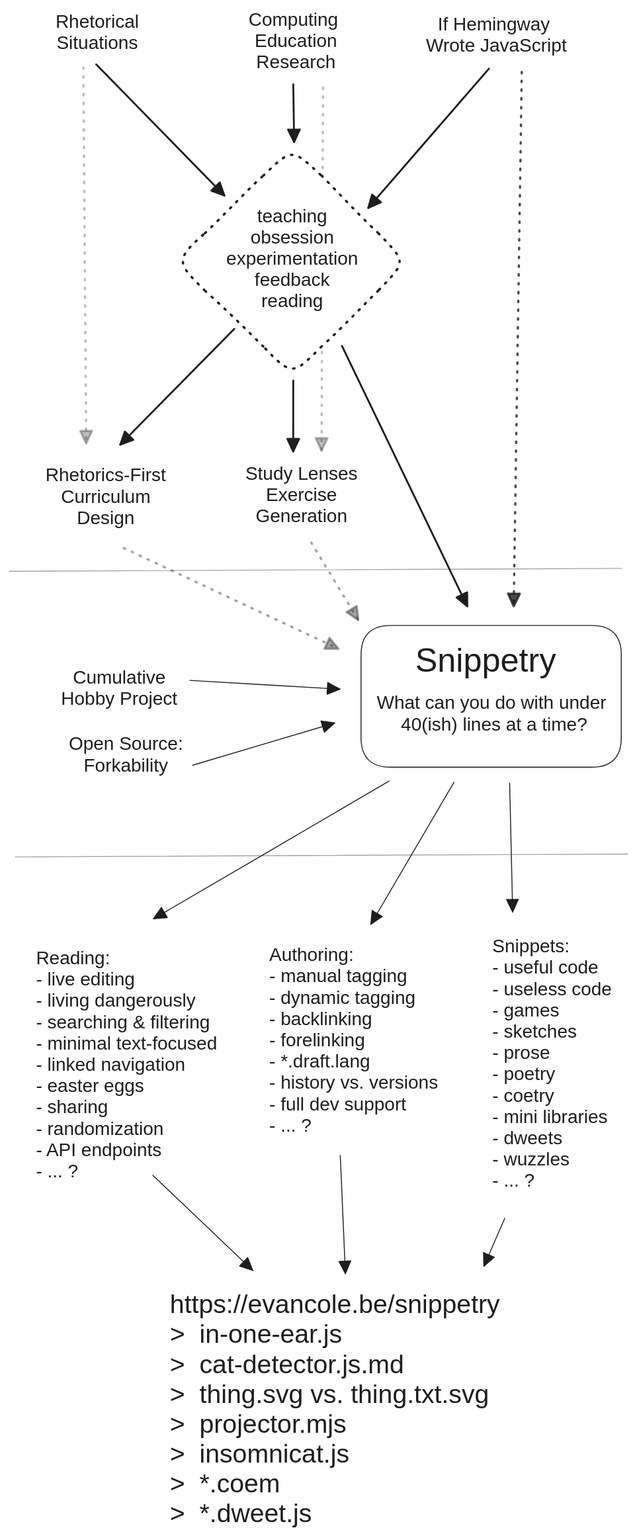
Above: public/assets/art-x-tech.excalidraw.svg in colevandersWands/snippetry (Excalidraw), before the change. Source tidied: one line per element, renumbered; positions are measured from the earlier drawing's top-left corner, leaving out a move shared by most shapes.
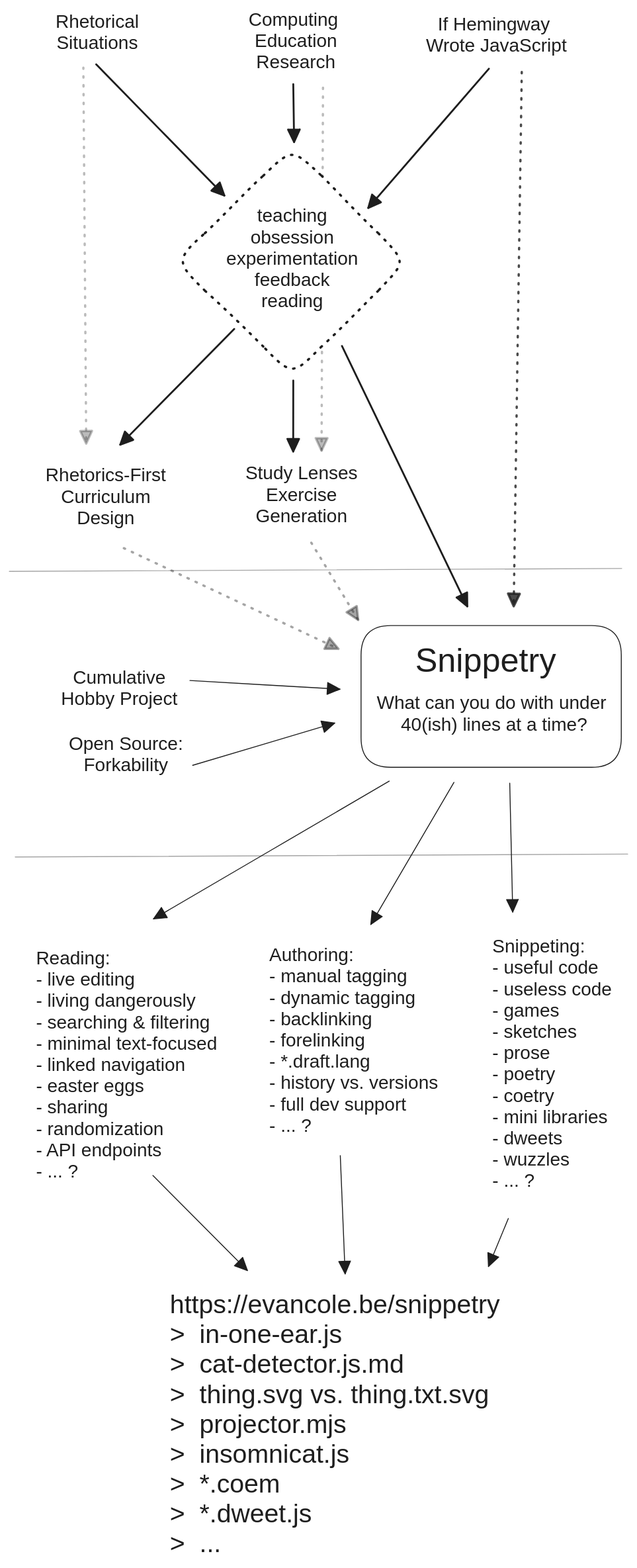
After the change.

The edit, as a diff of the source:
```diff
@@ -22,16 +22,16 @@
 {"id": 21, "type": "arrow", "strokeColor": "#1e1e1e", "backgroundColor": "#ffffff", "fillStyle": "solid", "strokeWidth": 1, "roughness": 0, "endArrowhead": "triangle", "round": true, "from": 20, "to": 0, "x": 195, "y": 724, "width": 162, "height": 9, "points": [[0, 0], [162, 9]]}
 {"id": 22, "type": "arrow", "strokeColor": "#1e1e1e", "backgroundColor": "#ffffff", "fillStyle": "solid", "strokeWidth": 1, "roughness": 0, "endArrowhead": "triangle", "round": true, "from": 19, "to": 0, "x": 198, "y": 816, "width": 153, "height": 46, "points": [[0, 0], [153, -46]]}
 {"id": 23, "type": "arrow", "strokeColor": "#1e1e1e", "backgroundColor": "#ffffff", "fillStyle": "solid", "strokeWidth": 1, "roughness": 0, "endArrowhead": "triangle", "round": true, "from": 0, "to": 24, "x": 540, "y": 835, "width": 3, "height": 139, "points": [[0, 0], [3, 139]]}
-{"id": 24, "type": "text", "text": "Snippets:\n- useful code\n- useless code\n- games\n- sketches\n- prose\n- poetry\n- coetry\n- mini libraries\n- dweets\n- wuzzles\n- ... ?", "strokeColor": "#1e1e1e", "backgroundColor": "#ffffff", "fillStyle": "solid", "strokeWidth": 1, "roughness": 0, "fontSize": 20, "fontFamily": 2, "x": 522, "y": 1000, "width": 129, "height": 276}
+{"id": 24, "type": "text", "text": "Snippeting:\n- useful code\n- useless code\n- games\n- sketches\n- prose\n- poetry\n- coetry\n- mini libraries\n- dweets\n- wuzzles\n- ... ?", "strokeColor": "#1e1e1e", "backgroundColor": "#ffffff", "fillStyle": "solid", "strokeWidth": 1, "roughness": 0, "fontSize": 20, "fontFamily": 2, "x": 522, "y": 1000, "width": 129, "height": 276}
-{"id": 25, "type": "arrow", "strokeColor": "#1e1e1e", "backgroundColor": "#ffffff", "fillStyle": "solid", "strokeWidth": 1, "roughness": 0, "endArrowhead": "triangle", "round": true, "to": 28, "x": 155, "y": 1259, "width": 108, "height": 103, "points": [[0, 0], [108, 103]]}
+{"id": 25, "type": "arrow", "strokeColor": "#1e1e1e", "backgroundColor": "#ffffff", "fillStyle": "solid", "strokeWidth": 1, "roughness": 0, "endArrowhead": "triangle", "round": true, "to": 28, "x": 155, "y": 1259, "width": 102, "height": 103, "points": [[0, 0], [102, 103]]}
 {"id": 26, "type": "text", "text": "Reading:\n- live editing\n- living dangerously\n- searching & filtering\n- minimal text-focused\n- linked navigation\n- easter eggs\n- sharing\n- randomization\n- API endpoints\n- ... ?\n", "strokeColor": "#1e1e1e", "backgroundColor": "#ffffff", "fillStyle": "solid", "strokeWidth": 1, "roughness": 0, "fontSize": 20, "fontFamily": 2, "x": 29, "y": 1013, "width": 196, "height": 276}
 {"id": 27, "type": "arrow", "strokeColor": "#1e1e1e", "angle": 6.18, "strokeWidth": 2, "strokeStyle": "dotted", "roughness": 0, "opacity": 40, "endArrowhead": "triangle", "round": true, "from": 11, "to": 0, "x": 331, "y": 573, "width": 41, "height": 88, "points": [[0, 0], [41, 88]]}
-{"id": 28, "type": "text", "text": "https://evancole.be/snippetry\n>  in-one-ear.js\n>  cat-detector.js.md\n>  thing.svg vs. thing.txt.svg\n>  projector.mjs\n>  insomnicat.js\n>  *.coem\n>  *.dweet.js", "strokeColor": "#1e1e1e", "backgroundColor": "#ffffff", "fillStyle": "solid", "strokeWidth": 1, "roughness": 0, "fontSize": 28, "fontFamily": 2, "x": 173, "y": 1382, "width": 356, "height": 258}
+{"id": 28, "type": "text", "text": "https://evancole.be/snippetry\n>  in-one-ear.js\n>  cat-detector.js.md\n>  thing.svg vs. thing.txt.svg\n>  projector.mjs\n>  insomnicat.js\n>  *.coem\n>  *.dweet.js\n>  ...", "strokeColor": "#1e1e1e", "backgroundColor": "#ffffff", "fillStyle": "solid", "strokeWidth": 1, "roughness": 0, "fontSize": 28, "fontFamily": 2, "x": 173, "y": 1382, "width": 356, "height": 290}
 {"id": 29, "type": "arrow", "strokeColor": "#1e1e1e", "backgroundColor": "#ffffff", "fillStyle": "solid", "strokeWidth": 1, "roughness": 0, "endArrowhead": "triangle", "round": true, "from": 0, "to": 26, "x": 410, "y": 833, "width": 255, "height": 149, "points": [[0, 0], [-255, 149]]}
-{"id": 30, "type": "arrow", "strokeColor": "#1e1e1e", "backgroundColor": "#ffffff", "fillStyle": "solid", "strokeWidth": 1, "roughness": 0, "endArrowhead": "triangle", "round": true, "from": 24, "to": 28, "x": 535, "y": 1305, "width": 23, "height": 52, "points": [[0, 0], [-23, 52]]}
+{"id": 30, "type": "arrow", "strokeColor": "#1e1e1e", "backgroundColor": "#ffffff", "fillStyle": "solid", "strokeWidth": 1, "roughness": 0, "endArrowhead": "triangle", "round": true, "from": 24, "to": 28, "x": 539, "y": 1305, "width": 21, "height": 52, "points": [[0, 0], [-21, 52]]}
 {"id": 31, "type": "line", "strokeColor": "#1e1e1e", "backgroundColor": "#ffffff", "fillStyle": "solid", "strokeWidth": 1, "roughness": 0, "opacity": 40, "x": 661, "y": 603, "width": 661, "height": 3, "points": [[0, 0], [-661, 3]]}
 {"id": 32, "type": "line", "strokeColor": "#1e1e1e", "backgroundColor": "#ffffff", "fillStyle": "solid", "strokeWidth": 1, "roughness": 0, "opacity": 40, "x": 668, "y": 912, "width": 661, "height": 3, "points": [[0, 0], [-661, 3]]}
 {"id": 33, "type": "arrow", "strokeColor": "#1e1e1e", "angle": 6.18, "strokeWidth": 2, "strokeStyle": "dotted", "roughness": 0, "opacity": 40, "endArrowhead": "triangle", "round": true, "to": 0, "x": 130, "y": 570, "width": 219, "height": 133, "points": [[0, 0], [219, 133]]}
 {"id": 34, "type": "text", "text": "Authoring:\n- manual tagging\n- dynamic tagging\n- backlinking\n- forelinking\n- *.draft.lang\n- history vs. versions\n- full dev support\n- ... ?\n", "strokeColor": "#1e1e1e", "backgroundColor": "#ffffff", "fillStyle": "solid", "strokeWidth": 1, "roughness": 0, "fontSize": 20, "fontFamily": 2, "x": 281, "y": 1009, "width": 182, "height": 230}
 {"id": 35, "type": "arrow", "strokeColor": "#1e1e1e", "backgroundColor": "#ffffff", "fillStyle": "solid", "strokeWidth": 1, "roughness": 0, "endArrowhead": "triangle", "round": true, "from": 0, "to": 34, "x": 480, "y": 834, "width": 90, "height": 153, "points": [[0, 0], [-90, 153]]}
-{"id": 36, "type": "arrow", "strokeColor": "#1e1e1e", "backgroundColor": "#ffffff", "fillStyle": "solid", "strokeWidth": 1, "roughness": 0, "endArrowhead": "triangle", "round": true, "to": 28, "x": 357, "y": 1237, "width": 6, "height": 128, "points": [[0, 0], [6, 128]]}
+{"id": 36, "type": "arrow", "strokeColor": "#1e1e1e", "backgroundColor": "#ffffff", "fillStyle": "solid", "strokeWidth": 1, "roughness": 0, "endArrowhead": "triangle", "round": true, "to": 28, "x": 357, "y": 1237, "width": 5, "height": 128, "points": [[0, 0], [5, 128]]}
```
